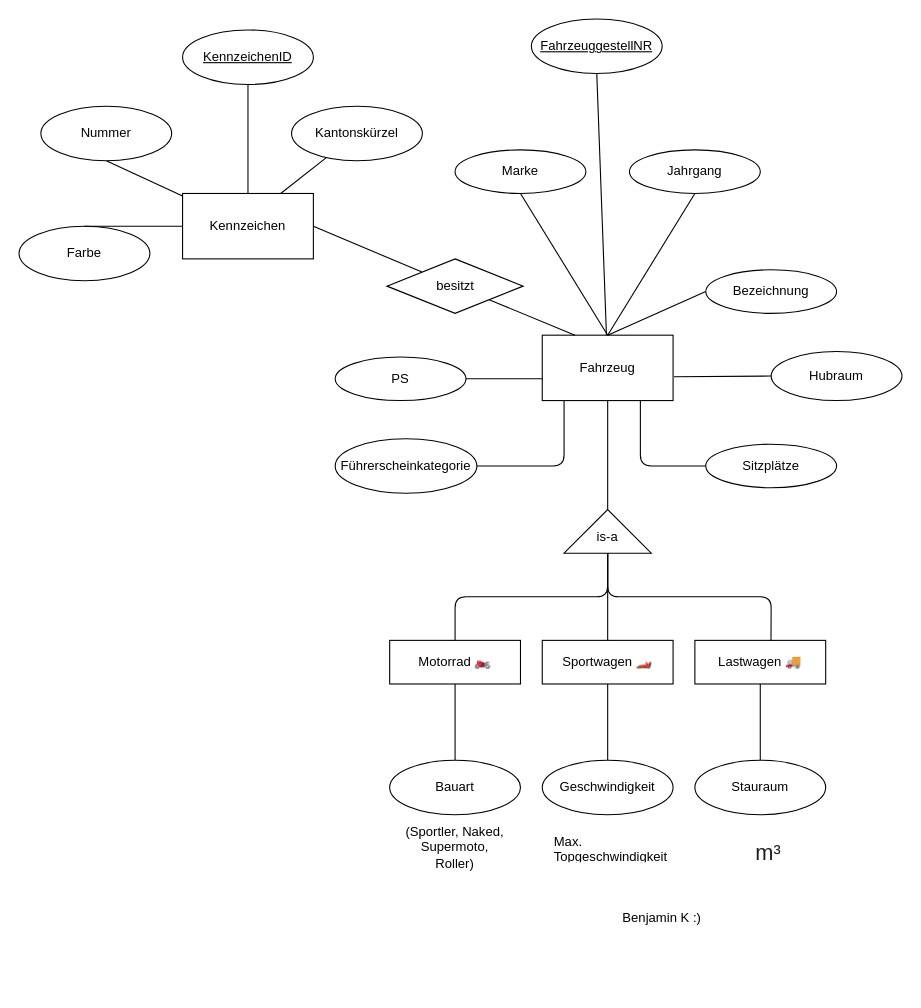
Before: 1.LJ/M162/02 ER-Modell/6.1 Erweitertes ER Modell Fahrzeuge/6.1 Fahrzeugtypen.drawio in RubeldiRubelda/BBZW_Arbeitsbl-tter_und_Cheat_Sheets_INA, a draw.io diagram. Source tidied: cells renumbered, new cells numbered last; positions are measured from the earlier drawing's top-left corner, leaving out a move shared by most shapes. Both pictures are drawn from the tidied source at 109%, with x=0, y=0 at pixel (19, 19). Pictures stored in the file or linked from it are replaced by grey dashed boxes.
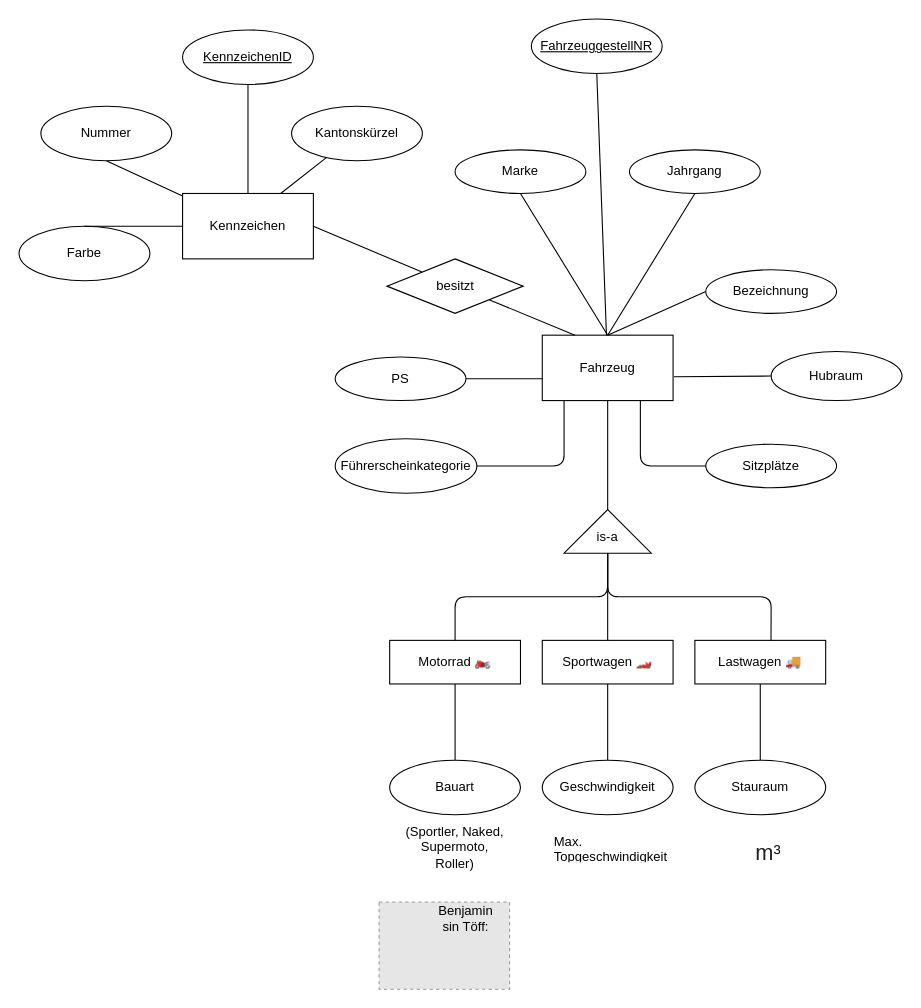
The same diagram, later.

Diff of the diagram source:
```diff
@@
-    <mxCell id="49" value="Benjamin K :)" style="text;html=1;align=center;verticalAlign=middle;whiteSpace=wrap;rounded=0;" parent="1" vertex="1">
-      <mxGeometry x="490" y="810" width="200" height="30" as="geometry" />
-    </mxCell>
+    <mxCell id="50" style="fillColor=#E6E6E6;strokeColor=#999999;dashed=1;verticalLabelPosition=bottom;labelBackgroundColor=default;verticalAlign=top;" parent="1" vertex="1">
+      <mxGeometry x="330.3" y="810" width="119.7" height="80" as="geometry" />
+    </mxCell>
+    <mxCell id="51" value="Benjamin sin Töff:" style="text;html=1;align=center;verticalAlign=middle;whiteSpace=wrap;rounded=0;" parent="1" vertex="1">
+      <mxGeometry x="380" y="810" width="60" height="30" as="geometry" />
+    </mxCell>
```
